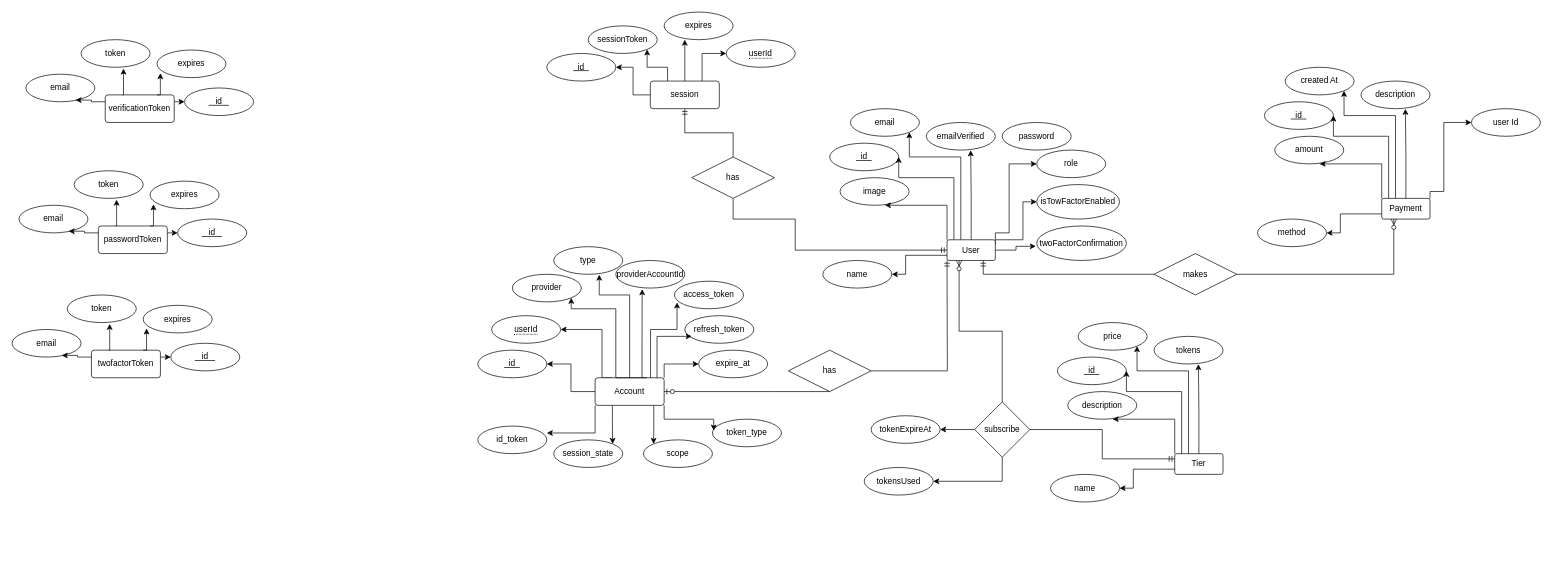
Earlier version of the draw.io diagram ERD/Untitled Diagram.drawio (janaka4345/ai-pal). Source tidied: cells renumbered, new cells numbered last; positions are measured from the earlier drawing's top-left corner, leaving out a move shared by most shapes. Both pictures are drawn from the tidied source at 69%, with x=0, y=0 at pixel (12, 12).
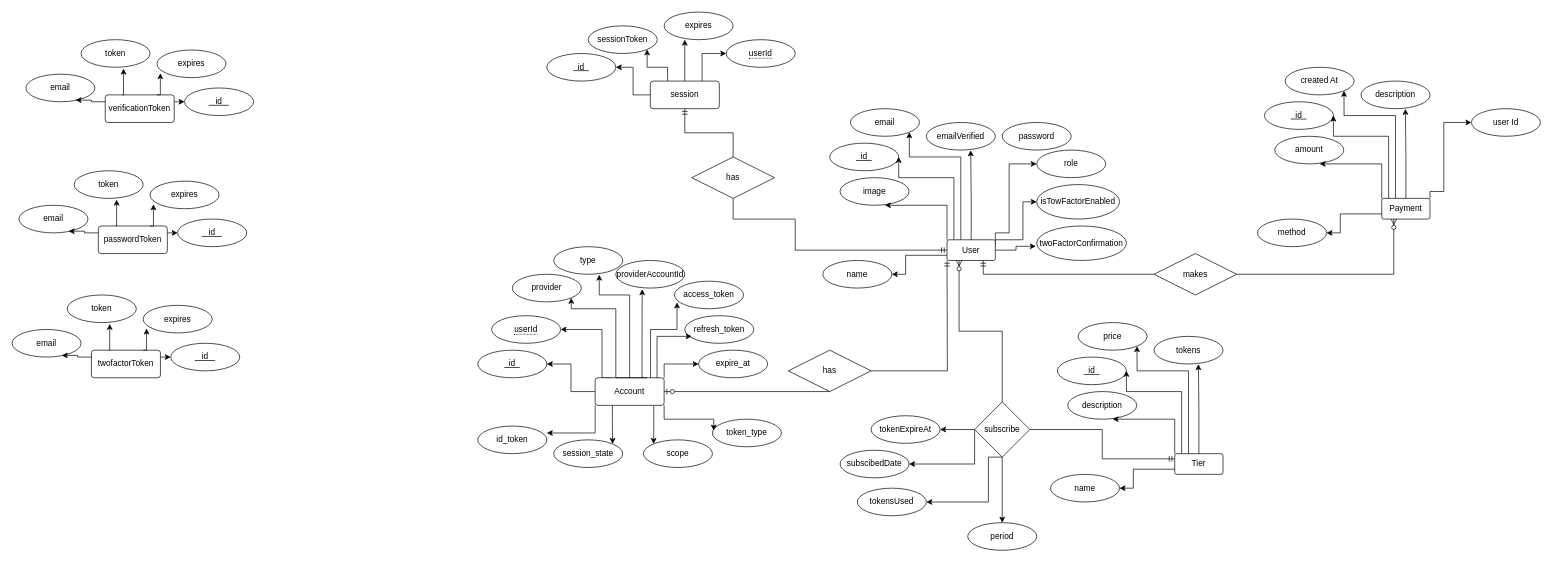
After the change.

Unchanged cells that the change refers to:
```xml
<mxCell id="113" value="subscribe" style="rhombus;whiteSpace=wrap;html=1;" parent="1" vertex="1">
  <mxGeometry x="1395" y="565" width="80" height="80" as="geometry" />
</mxCell>
```

Diff of the diagram source:
```diff
@@
-    <mxCell id="112" style="edgeStyle=orthogonalEdgeStyle;rounded=0;jettySize=auto;html=1;entryX=1;entryY=0.5;entryDx=0;entryDy=0;" parent="1" edge="1" source="113" target="119">
+    <mxCell id="112" style="edgeStyle=orthogonalEdgeStyle;rounded=0;jettySize=auto;html=1;entryX=1;entryY=0.5;entryDx=0;entryDy=0;exitX=0.5;exitY=1;exitDx=0;exitDy=0;" parent="1" edge="1" source="113" target="119">
       <mxGeometry relative="1" as="geometry">
         <Array as="points">
-          <mxPoint x="1435" y="680" />
+          <mxPoint x="1415" y="645" />
+          <mxPoint x="1415" y="710" />
         </Array>
       </mxGeometry>
     </mxCell>
+    <mxCell id="121" style="edgeStyle=orthogonalEdgeStyle;rounded=0;jettySize=auto;html=1;entryX=0.5;entryY=0;entryDx=0;entryDy=0;" parent="1" edge="1" source="113" target="124">
+      <mxGeometry relative="1" as="geometry" />
+    </mxCell>
+    <mxCell id="122" style="edgeStyle=orthogonalEdgeStyle;rounded=0;jettySize=auto;html=1;entryX=1;entryY=0.5;entryDx=0;entryDy=0;exitX=0;exitY=0.5;exitDx=0;exitDy=0;" parent="1" edge="1" source="113" target="123">
+      <mxGeometry relative="1" as="geometry">
+        <Array as="points">
+          <mxPoint x="1395" y="655" />
+        </Array>
+      </mxGeometry>
+    </mxCell>
@@
     <mxCell id="119" value="tokensUsed" style="ellipse;whiteSpace=wrap;html=1;align=center;" parent="1" vertex="1">
-      <mxGeometry x="1235" y="660" width="100" height="40" as="geometry" />
+      <mxGeometry x="1225" y="690" width="100" height="40" as="geometry" />
     </mxCell>
@@
+    <mxCell id="123" value="subscibedDate" style="ellipse;whiteSpace=wrap;html=1;align=center;" parent="1" vertex="1">
+      <mxGeometry x="1200" y="635" width="100" height="40" as="geometry" />
+    </mxCell>
+    <mxCell id="124" value="period" style="ellipse;whiteSpace=wrap;html=1;align=center;" parent="1" vertex="1">
+      <mxGeometry x="1385" y="740" width="100" height="40" as="geometry" />
+    </mxCell>
```
